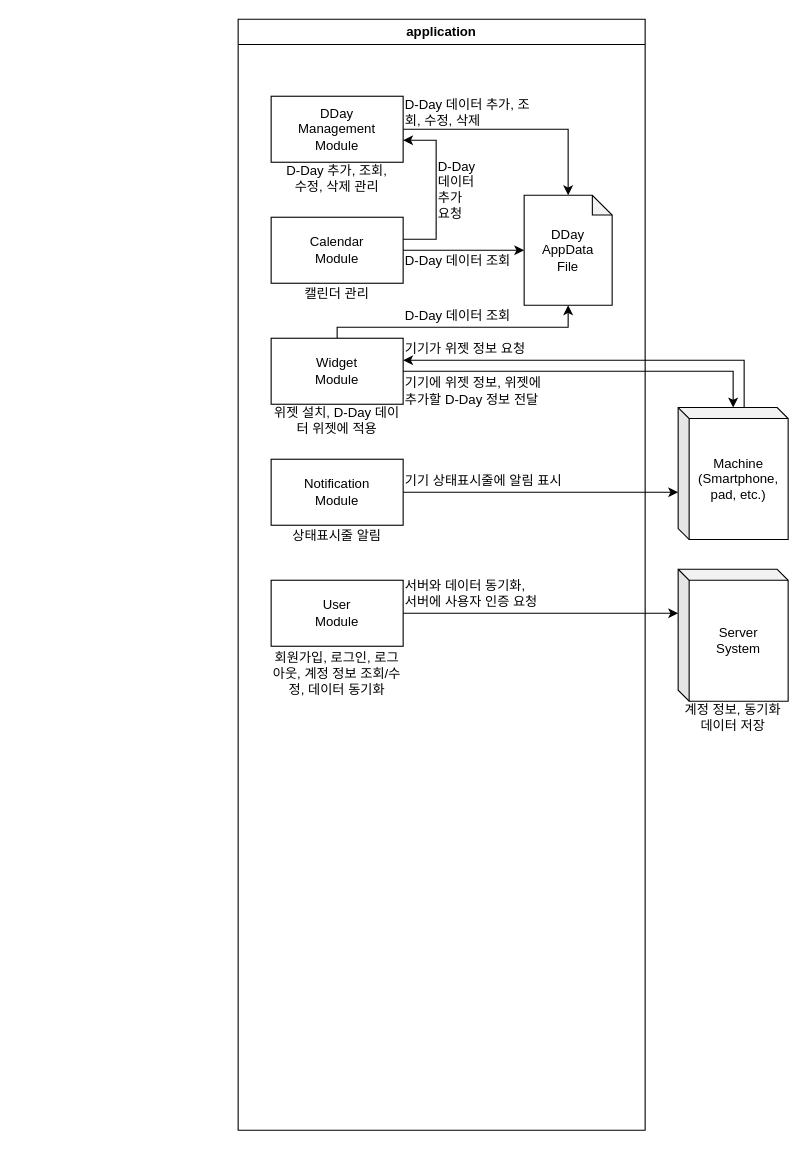
The draw.io diagram sw architecture.drawio in baechuTree/softwareEngineering, before the edit. Source tidied: cells renumbered, new cells numbered last; positions are measured from the earlier drawing's top-left corner, leaving out a move shared by most shapes. Both pictures are drawn from the tidied source at 110%, with x=0, y=0 at pixel (238, 19).
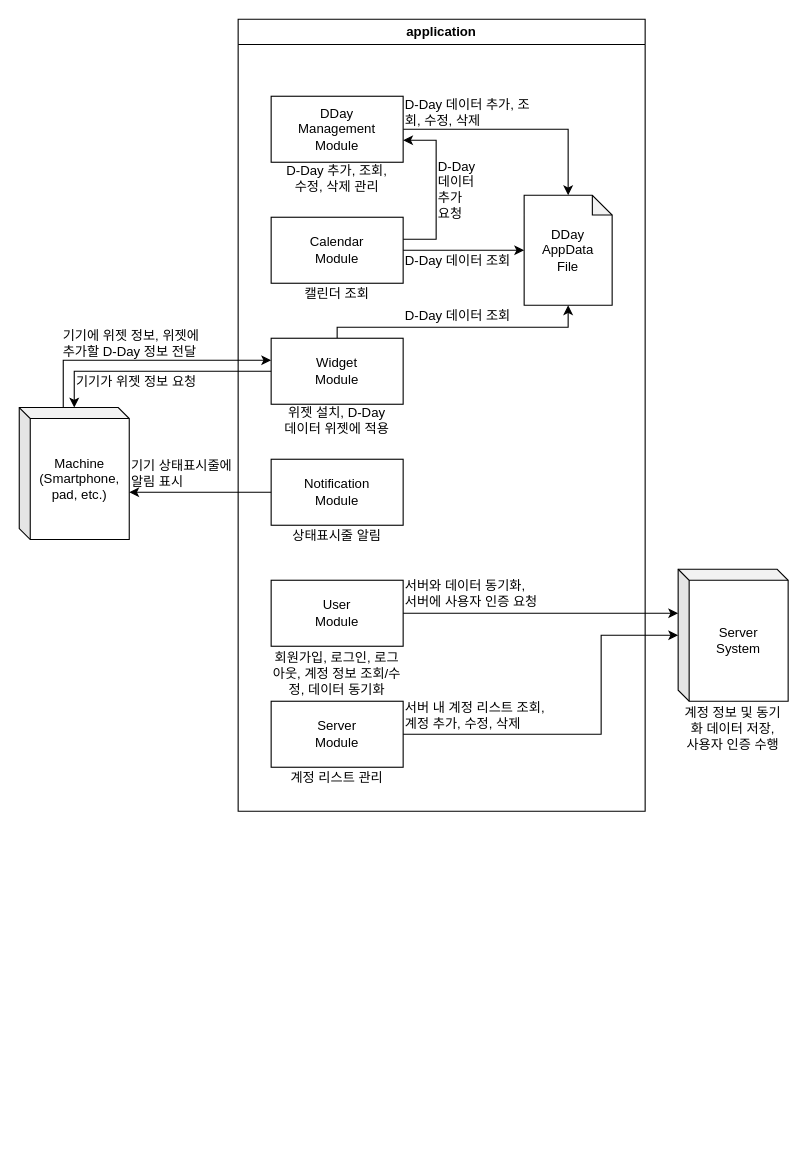
After the change.

Unchanged cells that the change refers to:
```xml
<mxCell id="14" value="Widget&lt;div&gt;Module&lt;/div&gt;" style="rounded=0;whiteSpace=wrap;html=1;" parent="2" vertex="1">
  <mxGeometry x="30" y="290" width="120" height="60" as="geometry" />
</mxCell>
<mxCell id="17" value="Notification&lt;div&gt;Module&lt;/div&gt;" style="rounded=0;whiteSpace=wrap;html=1;" parent="2" vertex="1">
  <mxGeometry x="30" y="400" width="120" height="60" as="geometry" />
</mxCell>
<mxCell id="29" value="Server&lt;div&gt;System&lt;/div&gt;" style="shape=cube;whiteSpace=wrap;html=1;boundedLbl=1;backgroundOutline=1;darkOpacity=0.05;darkOpacity2=0.1;size=10;" parent="1" vertex="1">
  <mxGeometry x="400" y="500" width="100" height="120" as="geometry" />
</mxCell>
```

Change to the diagram source:
```diff
@@
     <mxCell id="2" value="application" style="swimlane;whiteSpace=wrap;html=1;" parent="1" vertex="1">
-      <mxGeometry width="370" height="1010" as="geometry" />
+      <mxGeometry width="370" height="720" as="geometry" />
     </mxCell>
@@
-    <mxCell id="10" value="캘린더 관리" style="text;html=1;align=center;verticalAlign=middle;whiteSpace=wrap;rounded=0;" parent="2" vertex="1">
+    <mxCell id="10" value="캘린더 조회" style="text;html=1;align=center;verticalAlign=middle;whiteSpace=wrap;rounded=0;" parent="2" vertex="1">
       <mxGeometry x="30" y="240" width="120" height="20" as="geometry" />
     </mxCell>
@@
-    <mxCell id="15" value="위젯 설치, D-Day 데이터 위젯에 적용" style="text;html=1;align=center;verticalAlign=middle;whiteSpace=wrap;rounded=0;" parent="2" vertex="1">
+    <mxCell id="15" value="위젯 설치, D-Day&lt;div&gt;데이터 위젯에 적용&lt;/div&gt;" style="text;html=1;align=center;verticalAlign=middle;whiteSpace=wrap;rounded=0;" parent="2" vertex="1">
       <mxGeometry x="30" y="350" width="120" height="30" as="geometry" />
     </mxCell>
-    <mxCell id="16" value="기기 상태표시줄에 알림 표시" style="text;html=1;align=left;verticalAlign=middle;whiteSpace=wrap;rounded=0;" parent="2" vertex="1">
-      <mxGeometry x="150" y="410" width="150" height="20" as="geometry" />
-    </mxCell>
@@
-    <mxCell id="19" value="기기가 위젯 정보 요청" style="text;html=1;align=left;verticalAlign=middle;whiteSpace=wrap;rounded=0;" parent="2" vertex="1">
-      <mxGeometry x="150" y="290" width="120" height="20" as="geometry" />
-    </mxCell>
@@
+    <mxCell id="33" value="Server&lt;div&gt;Module&lt;/div&gt;" style="rounded=0;whiteSpace=wrap;html=1;" parent="2" vertex="1">
+      <mxGeometry x="30" y="620" width="120" height="60" as="geometry" />
+    </mxCell>
+    <mxCell id="34" value="계정 리스트 관리" style="text;html=1;align=center;verticalAlign=middle;whiteSpace=wrap;rounded=0;" parent="2" vertex="1">
+      <mxGeometry x="30" y="680" width="120" height="20" as="geometry" />
+    </mxCell>
     <mxCell id="24" value="Machine&lt;div&gt;(Smartphone, pad, etc.)&lt;/div&gt;" style="shape=cube;whiteSpace=wrap;html=1;boundedLbl=1;backgroundOutline=1;darkOpacity=0.05;darkOpacity2=0.1;size=10;" parent="1" vertex="1">
-      <mxGeometry x="400" y="353" width="100" height="120" as="geometry" />
+      <mxGeometry x="-199" y="353" width="100" height="120" as="geometry" />
     </mxCell>
     <mxCell id="25" style="edgeStyle=orthogonalEdgeStyle;rounded=0;jettySize=auto;html=1;" parent="1" edge="1" source="17" target="24">
       <mxGeometry relative="1" as="geometry">
         <Array as="points">
-          <mxPoint x="260" y="430" />
-          <mxPoint x="260" y="430" />
+          <mxPoint x="60" y="413" />
         </Array>
       </mxGeometry>
     </mxCell>
     <mxCell id="26" style="edgeStyle=orthogonalEdgeStyle;rounded=0;jettySize=auto;html=1;startArrow=classic;startFill=1;endArrow=none;" parent="1" edge="1" source="14" target="24">
       <mxGeometry relative="1" as="geometry">
         <Array as="points">
-          <mxPoint x="460" y="310" />
+          <mxPoint x="-159" y="310" />
         </Array>
       </mxGeometry>
     </mxCell>
@@
     <mxCell id="28" value="기기에 위젯 정보, 위젯에 추가할 D-Day 정보 전달" style="text;html=1;align=left;verticalAlign=middle;whiteSpace=wrap;rounded=0;" parent="1" vertex="1">
-      <mxGeometry x="150" y="323" width="140" height="30" as="geometry" />
+      <mxGeometry x="-161" y="280" width="140" height="30" as="geometry" />
     </mxCell>
@@
-    <mxCell id="30" value="계정 정보, 동기화 데이터 저장" style="text;html=1;align=center;verticalAlign=middle;whiteSpace=wrap;rounded=0;" parent="1" vertex="1">
-      <mxGeometry x="400" y="620" width="100" height="30" as="geometry" />
+    <mxCell id="30" value="계정 정보 및 동기화 데이터 저장,&lt;div&gt;사용자 인증 수행&lt;/div&gt;" style="text;html=1;align=center;verticalAlign=middle;whiteSpace=wrap;rounded=0;" parent="1" vertex="1">
+      <mxGeometry x="400" y="620" width="100" height="50" as="geometry" />
     </mxCell>
@@
+    <mxCell id="35" style="edgeStyle=orthogonalEdgeStyle;rounded=0;jettySize=auto;html=1;" parent="1" edge="1" source="33" target="29">
+      <mxGeometry relative="1" as="geometry">
+        <Array as="points">
+          <mxPoint x="330" y="650" />
+          <mxPoint x="330" y="560" />
+        </Array>
+      </mxGeometry>
+    </mxCell>
+    <mxCell id="36" value="서버 내 계정 리스트 조회,&lt;div&gt;계정 추가, 수정, 삭제&lt;/div&gt;" style="text;html=1;align=left;verticalAlign=middle;whiteSpace=wrap;rounded=0;" parent="1" vertex="1">
+      <mxGeometry x="150" y="618" width="180" height="30" as="geometry" />
+    </mxCell>
+    <mxCell id="19" value="기기가 위젯 정보 요청" style="text;html=1;align=left;verticalAlign=middle;whiteSpace=wrap;rounded=0;" parent="1" vertex="1">
+      <mxGeometry x="-149" y="320" width="120" height="20" as="geometry" />
+    </mxCell>
+    <mxCell id="16" value="기기 상태표시줄에&lt;div&gt;알림 표시&lt;/div&gt;" style="text;html=1;align=left;verticalAlign=middle;whiteSpace=wrap;rounded=0;" parent="1" vertex="1">
+      <mxGeometry x="-99" y="403" width="150" height="20" as="geometry" />
+    </mxCell>
```
